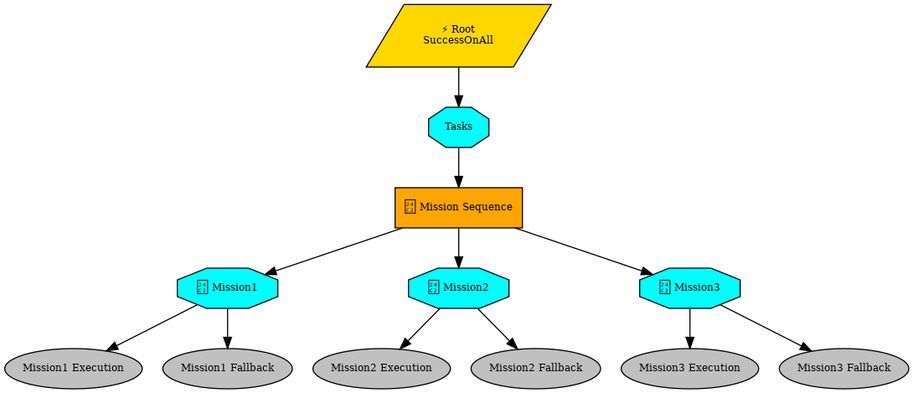
Earlier version of the Graphviz export root.png (AMV-UI/KKI-25). Its source is kept beside it as root.dot.
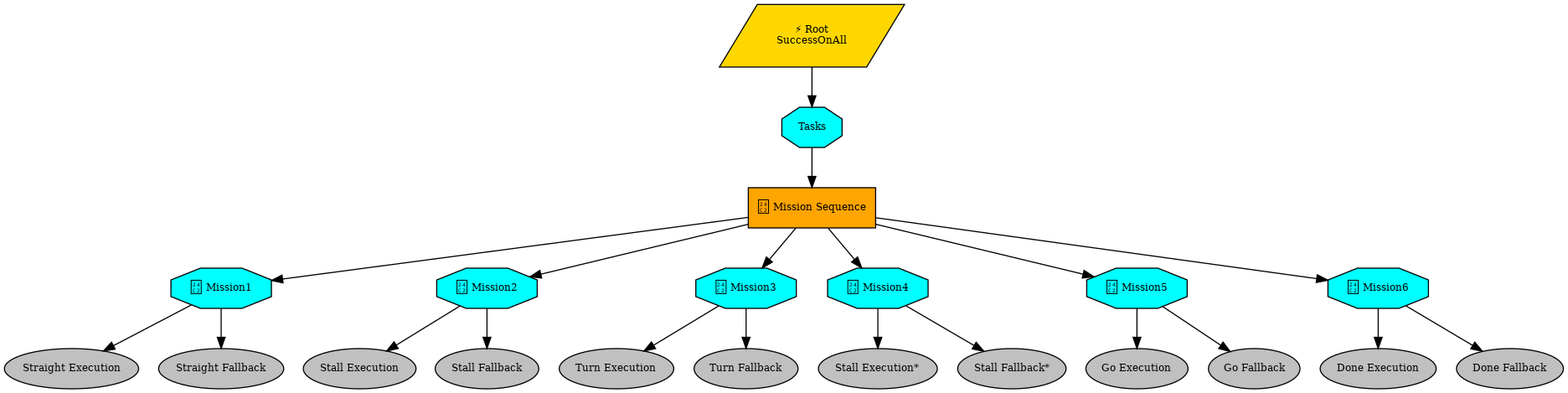
After the change.

Diff of the diagram source:
```diff
@@ -10,20 +10,38 @@
 Tasks -> "Mission Sequence";
 Mission1 [label="Ⓜ Mission1", shape=octagon, style=filled, fillcolor=cyan, fontsize=9, fontcolor=black];
 "Mission Sequence" -> Mission1;
-"Mission1 Execution" [label="Mission1 Execution", shape=ellipse, style=filled, fillcolor=gray, fontsize=9, fontcolor=black];
-Mission1 -> "Mission1 Execution";
-"Mission1 Fallback" [label="Mission1 Fallback", shape=ellipse, style=filled, fillcolor=gray, fontsize=9, fontcolor=black];
-Mission1 -> "Mission1 Fallback";
+"Straight Execution" [label="Straight Execution", shape=ellipse, style=filled, fillcolor=gray, fontsize=9, fontcolor=black];
+Mission1 -> "Straight Execution";
+"Straight Fallback" [label="Straight Fallback", shape=ellipse, style=filled, fillcolor=gray, fontsize=9, fontcolor=black];
+Mission1 -> "Straight Fallback";
 Mission2 [label="Ⓜ Mission2", shape=octagon, style=filled, fillcolor=cyan, fontsize=9, fontcolor=black];
 "Mission Sequence" -> Mission2;
-"Mission2 Execution" [label="Mission2 Execution", shape=ellipse, style=filled, fillcolor=gray, fontsize=9, fontcolor=black];
-Mission2 -> "Mission2 Execution";
-"Mission2 Fallback" [label="Mission2 Fallback", shape=ellipse, style=filled, fillcolor=gray, fontsize=9, fontcolor=black];
-Mission2 -> "Mission2 Fallback";
+"Stall Execution" [label="Stall Execution", shape=ellipse, style=filled, fillcolor=gray, fontsize=9, fontcolor=black];
+Mission2 -> "Stall Execution";
+"Stall Fallback" [label="Stall Fallback", shape=ellipse, style=filled, fillcolor=gray, fontsize=9, fontcolor=black];
+Mission2 -> "Stall Fallback";
 Mission3 [label="Ⓜ Mission3", shape=octagon, style=filled, fillcolor=cyan, fontsize=9, fontcolor=black];
 "Mission Sequence" -> Mission3;
-"Mission3 Execution" [label="Mission3 Execution", shape=ellipse, style=filled, fillcolor=gray, fontsize=9, fontcolor=black];
-Mission3 -> "Mission3 Execution";
-"Mission3 Fallback" [label="Mission3 Fallback", shape=ellipse, style=filled, fillcolor=gray, fontsize=9, fontcolor=black];
-Mission3 -> "Mission3 Fallback";
+"Turn Execution" [label="Turn Execution", shape=ellipse, style=filled, fillcolor=gray, fontsize=9, fontcolor=black];
+Mission3 -> "Turn Execution";
+"Turn Fallback" [label="Turn Fallback", shape=ellipse, style=filled, fillcolor=gray, fontsize=9, fontcolor=black];
+Mission3 -> "Turn Fallback";
+Mission4 [label="Ⓜ Mission4", shape=octagon, style=filled, fillcolor=cyan, fontsize=9, fontcolor=black];
+"Mission Sequence" -> Mission4;
+"Stall Execution*" [label="Stall Execution*", shape=ellipse, style=filled, fillcolor=gray, fontsize=9, fontcolor=black];
+Mission4 -> "Stall Execution*";
+"Stall Fallback*" [label="Stall Fallback*", shape=ellipse, style=filled, fillcolor=gray, fontsize=9, fontcolor=black];
+Mission4 -> "Stall Fallback*";
+Mission5 [label="Ⓜ Mission5", shape=octagon, style=filled, fillcolor=cyan, fontsize=9, fontcolor=black];
+"Mission Sequence" -> Mission5;
+"Go Execution" [label="Go Execution", shape=ellipse, style=filled, fillcolor=gray, fontsize=9, fontcolor=black];
+Mission5 -> "Go Execution";
+"Go Fallback" [label="Go Fallback", shape=ellipse, style=filled, fillcolor=gray, fontsize=9, fontcolor=black];
+Mission5 -> "Go Fallback";
+Mission6 [label="Ⓜ Mission6", shape=octagon, style=filled, fillcolor=cyan, fontsize=9, fontcolor=black];
+"Mission Sequence" -> Mission6;
+"Done Execution" [label="Done Execution", shape=ellipse, style=filled, fillcolor=gray, fontsize=9, fontcolor=black];
+Mission6 -> "Done Execution";
+"Done Fallback" [label="Done Fallback", shape=ellipse, style=filled, fillcolor=gray, fontsize=9, fontcolor=black];
+Mission6 -> "Done Fallback";
 }
```
